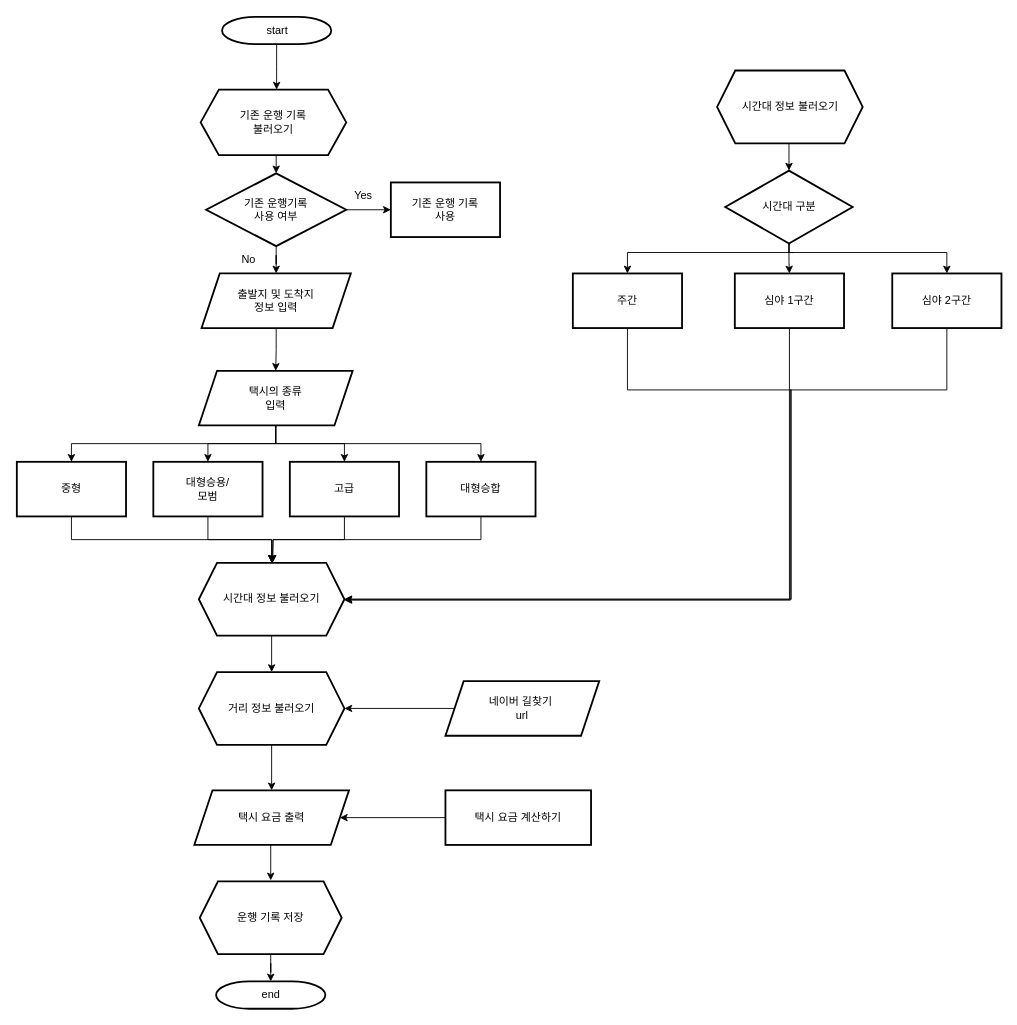
The draw.io diagram taxifare.drawio in jen0707/Project_taxi, before the edit. Source tidied: cells renumbered, new cells numbered last; positions are measured from the earlier drawing's top-left corner, leaving out a move shared by most shapes. Both pictures are drawn from the tidied source at 91%, with x=0, y=0 at pixel (16, 16).
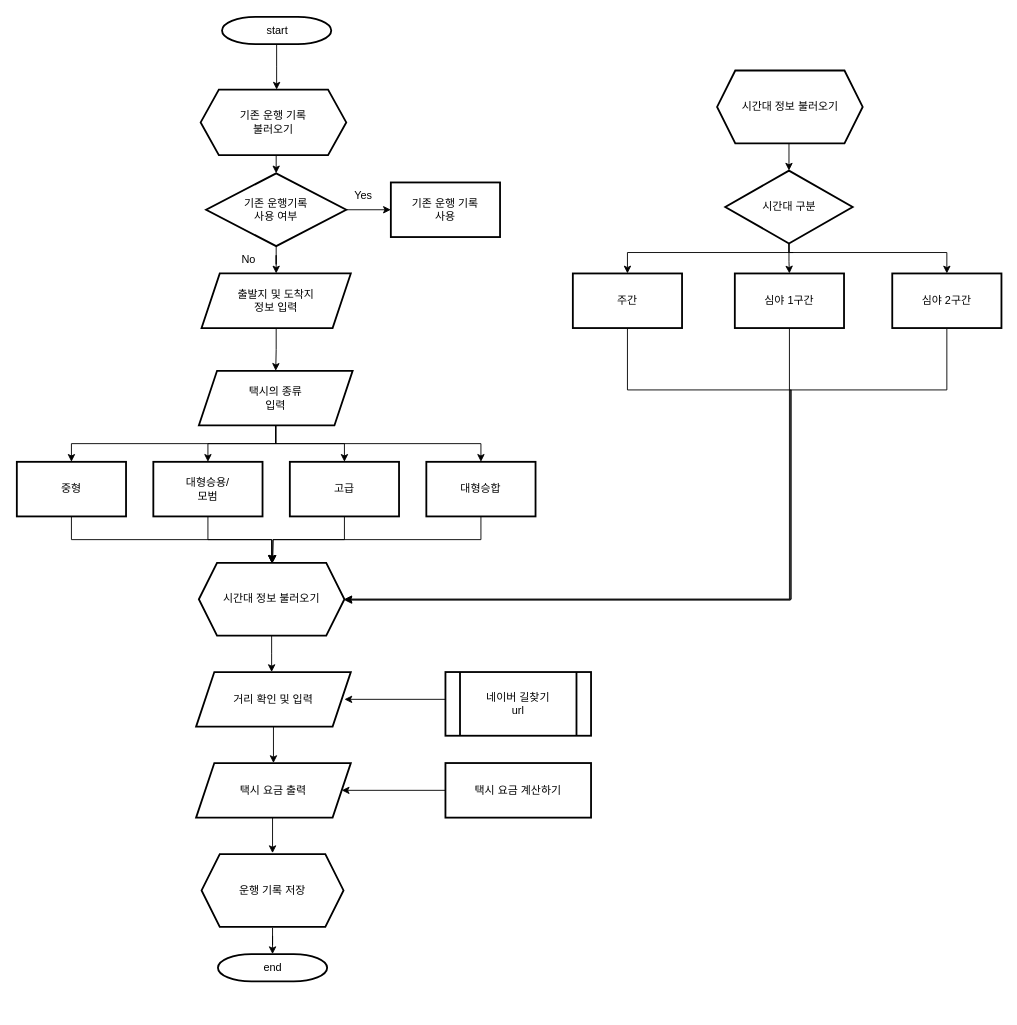
The same page after the edit.

Commit message:
최종 업데이트

Unchanged cells that the change refers to:
```xml
<mxCell id="49" value="시간대 정보 불러오기" style="shape=hexagon;perimeter=hexagonPerimeter2;whiteSpace=wrap;html=1;fixedSize=1;strokeColor=default;strokeWidth=2;align=center;verticalAlign=middle;fontFamily=Helvetica;fontSize=12;fontColor=default;fontStyle=0;fillColor=default;gradientColor=none;gradientDirection=north;" parent="1" vertex="1">
  <mxGeometry x="200" y="600" width="160" height="80" as="geometry" />
</mxCell>
```

Change to the diagram source:
```diff
@@
-    <mxCell id="39" style="edgeStyle=orthogonalEdgeStyle;rounded=0;jettySize=auto;html=1;" parent="1" edge="1" source="40" target="44">
+    <mxCell id="39" style="edgeStyle=orthogonalEdgeStyle;rounded=0;jettySize=auto;html=1;exitX=0.5;exitY=1;exitDx=0;exitDy=0;" parent="1" edge="1" source="52" target="44">
       <mxGeometry relative="1" as="geometry" />
     </mxCell>
-    <mxCell id="40" value="거리 정보 불러오기" style="shape=hexagon;perimeter=hexagonPerimeter2;whiteSpace=wrap;html=1;fixedSize=1;strokeColor=default;strokeWidth=2;align=center;verticalAlign=middle;fontFamily=Helvetica;fontSize=12;fontColor=default;fontStyle=0;fillColor=default;gradientColor=none;gradientDirection=north;" parent="1" vertex="1">
-      <mxGeometry x="200" y="720" width="160" height="80" as="geometry" />
-    </mxCell>
@@
     <mxCell id="42" value="택시 요금 계산하기" style="whiteSpace=wrap;html=1;strokeWidth=2;fontStyle=0;gradientColor=none;gradientDirection=north;" parent="1" vertex="1">
-      <mxGeometry x="471" y="850" width="160" height="60" as="geometry" />
+      <mxGeometry x="471" y="820" width="160" height="60" as="geometry" />
     </mxCell>
@@
     <mxCell id="44" value="택시 요금 출력" style="shape=parallelogram;perimeter=parallelogramPerimeter;whiteSpace=wrap;html=1;fixedSize=1;strokeWidth=2;fontStyle=0;gradientColor=none;gradientDirection=north;" parent="1" vertex="1">
-      <mxGeometry x="195" y="850" width="170" height="60" as="geometry" />
+      <mxGeometry x="197" y="820" width="170" height="60" as="geometry" />
     </mxCell>
     <mxCell id="45" value="end" style="shape=mxgraph.flowchart.terminator;strokeWidth=2;gradientColor=none;gradientDirection=north;fontStyle=0;html=1;" parent="1" vertex="1">
-      <mxGeometry x="219" y="1060" width="120" height="30" as="geometry" />
+      <mxGeometry x="221" y="1030" width="120" height="30" as="geometry" />
     </mxCell>
@@
     <mxCell id="47" value="운행 기록 저장" style="shape=hexagon;perimeter=hexagonPerimeter2;whiteSpace=wrap;html=1;fixedSize=1;perimeterSpacing=1;strokeWidth=2;" parent="1" vertex="1">
-      <mxGeometry x="201" y="950" width="156" height="80" as="geometry" />
+      <mxGeometry x="203" y="920" width="156" height="80" as="geometry" />
     </mxCell>
-    <mxCell id="48" style="edgeStyle=orthogonalEdgeStyle;rounded=0;jettySize=auto;html=1;exitX=0.5;exitY=1;exitDx=0;exitDy=0;" parent="1" edge="1" source="49" target="40">
-      <mxGeometry relative="1" as="geometry" />
+    <mxCell id="48" style="edgeStyle=orthogonalEdgeStyle;rounded=0;jettySize=auto;html=1;exitX=0.5;exitY=1;exitDx=0;exitDy=0;" parent="1" edge="1" source="49">
+      <mxGeometry relative="1" as="geometry">
+        <mxPoint x="280" y="720" as="targetPoint" />
+      </mxGeometry>
     </mxCell>
@@
-    <mxCell id="50" style="edgeStyle=orthogonalEdgeStyle;rounded=0;jettySize=auto;html=1;entryX=1;entryY=0.5;entryDx=0;entryDy=0;" parent="1" edge="1" source="51" target="40">
-      <mxGeometry relative="1" as="geometry" />
+    <mxCell id="50" style="edgeStyle=orthogonalEdgeStyle;rounded=0;orthogonalLoop=1;jettySize=auto;html=1;entryX=1;entryY=0.5;entryDx=0;entryDy=0;" parent="1" edge="1">
+      <mxGeometry relative="1" as="geometry">
+        <mxPoint x="481" y="750" as="sourcePoint" />
+        <mxPoint x="360" y="750" as="targetPoint" />
+      </mxGeometry>
     </mxCell>
-    <mxCell id="51" value="네이버 길찾기&amp;nbsp;&lt;div&gt;url&lt;/div&gt;" style="shape=parallelogram;perimeter=parallelogramPerimeter;whiteSpace=wrap;html=1;fixedSize=1;strokeColor=default;strokeWidth=2;align=center;verticalAlign=middle;fontFamily=Helvetica;fontSize=12;fontColor=default;fontStyle=0;fillColor=default;gradientColor=none;gradientDirection=north;" parent="1" vertex="1">
-      <mxGeometry x="471" y="730" width="169" height="60" as="geometry" />
+    <mxCell id="51" value="네이버 길찾기&lt;div&gt;url&lt;/div&gt;" style="shape=process;whiteSpace=wrap;html=1;backgroundOutline=1;strokeWidth=2;" parent="1" vertex="1">
+      <mxGeometry x="471" y="720" width="160" height="70" as="geometry" />
     </mxCell>
+    <mxCell id="52" value="거리 확인 및 입력" style="shape=parallelogram;perimeter=parallelogramPerimeter;whiteSpace=wrap;html=1;fixedSize=1;strokeWidth=2;fontStyle=0;gradientColor=none;gradientDirection=north;" parent="1" vertex="1">
+      <mxGeometry x="197" y="720" width="170" height="60" as="geometry" />
+    </mxCell>
```
